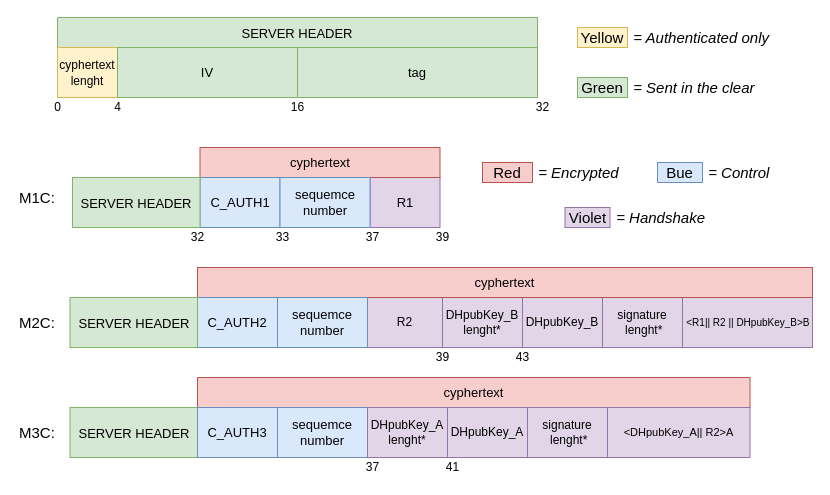
This is page "Pagina-4" (4 of 4) of schema/MsgScheme.drawio from gerti98/secureCom, a draw.io file, before an edit. Source tidied: cells renumbered, new cells numbered last; positions are measured from the earlier drawing's top-left corner, leaving out a move shared by most shapes. Both pictures are drawn from the tidied source at 100%, with x=0, y=0 at pixel (17, 17).
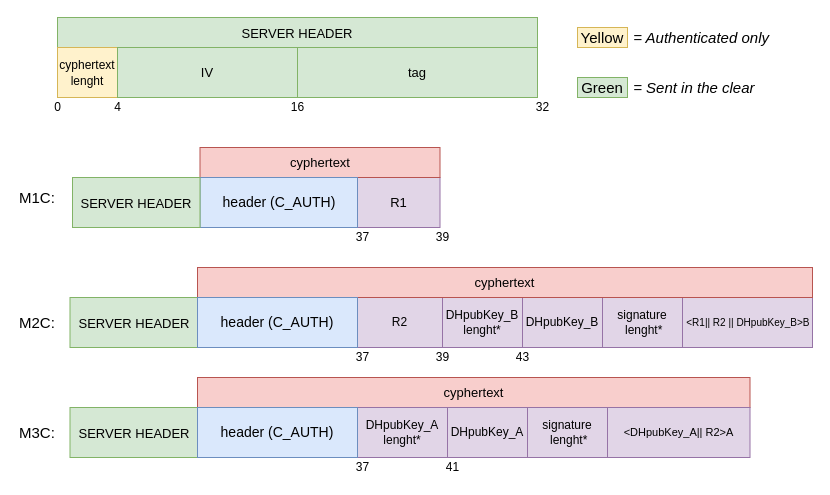
The same page after the edit.

The edit, as a diff of the source:
```diff
@@
     <mxCell id="3" value="R1" style="rounded=0;whiteSpace=wrap;html=1;fontSize=13;align=center;fillColor=#e1d5e7;strokeColor=#9673a6;" parent="1" vertex="1">
-      <mxGeometry x="352.5" y="160" width="70" height="50" as="geometry" />
+      <mxGeometry x="340" y="160" width="82.5" height="50" as="geometry" />
     </mxCell>
@@
     <mxCell id="8" value="R2" style="rounded=0;whiteSpace=wrap;html=1;fontSize=12;align=center;fillColor=#e1d5e7;strokeColor=#9673a6;" parent="1" vertex="1">
-      <mxGeometry x="350" y="280" width="75" height="50" as="geometry" />
+      <mxGeometry x="340" y="280" width="85" height="50" as="geometry" />
     </mxCell>
@@
-    <mxCell id="11" value="&lt;font style=&quot;font-size: 13px;&quot;&gt;C_AUTH1&lt;/font&gt;" style="rounded=0;whiteSpace=wrap;html=1;fillColor=#dae8fc;strokeColor=#6c8ebf;fontSize=13;" parent="1" vertex="1">
-      <mxGeometry x="182.5" y="160" width="80" height="50" as="geometry" />
+    <mxCell id="11" value="&lt;font style=&quot;font-size: 14px&quot;&gt;header (C_AUTH)&lt;/font&gt;" style="rounded=0;whiteSpace=wrap;html=1;fillColor=#dae8fc;strokeColor=#6c8ebf;fontSize=13;" parent="1" vertex="1">
+      <mxGeometry x="182.5" y="160" width="157.5" height="50" as="geometry" />
     </mxCell>
-    <mxCell id="12" value="sequemce number" style="rounded=0;whiteSpace=wrap;html=1;fillColor=#dae8fc;strokeColor=#6c8ebf;fontSize=13;" parent="1" vertex="1">
-      <mxGeometry x="262.5" y="160" width="90" height="50" as="geometry" />
-    </mxCell>
@@
-    <mxCell id="14" value="&lt;font style=&quot;font-size: 13px&quot;&gt;C_AUTH2&lt;/font&gt;" style="rounded=0;whiteSpace=wrap;html=1;fillColor=#dae8fc;strokeColor=#6c8ebf;fontSize=13;" parent="1" vertex="1">
-      <mxGeometry x="180" y="280" width="80" height="50" as="geometry" />
-    </mxCell>
-    <mxCell id="15" value="sequemce number" style="rounded=0;whiteSpace=wrap;html=1;fillColor=#dae8fc;strokeColor=#6c8ebf;fontSize=13;" parent="1" vertex="1">
-      <mxGeometry x="260" y="280" width="90" height="50" as="geometry" />
-    </mxCell>
@@
-    <mxCell id="20" value="&lt;font style=&quot;font-size: 13px&quot;&gt;C_AUTH3&lt;/font&gt;" style="rounded=0;whiteSpace=wrap;html=1;fillColor=#dae8fc;strokeColor=#6c8ebf;fontSize=13;" parent="1" vertex="1">
-      <mxGeometry x="180" y="390" width="80" height="50" as="geometry" />
-    </mxCell>
-    <mxCell id="21" value="sequemce number" style="rounded=0;whiteSpace=wrap;html=1;fillColor=#dae8fc;strokeColor=#6c8ebf;fontSize=13;" parent="1" vertex="1">
-      <mxGeometry x="260" y="390" width="90" height="50" as="geometry" />
-    </mxCell>
     <mxCell id="22" value="DHpubKey_A lenght*" style="rounded=0;whiteSpace=wrap;html=1;fontSize=12;align=center;fillColor=#e1d5e7;strokeColor=#9673a6;" parent="1" vertex="1">
-      <mxGeometry x="350" y="390" width="80" height="50" as="geometry" />
+      <mxGeometry x="340" y="390" width="90" height="50" as="geometry" />
     </mxCell>
@@
-    <mxCell id="31" value="Bue" style="text;html=1;strokeColor=#6c8ebf;fillColor=#dae8fc;align=center;verticalAlign=middle;whiteSpace=wrap;rounded=0;fontSize=15;" parent="1" vertex="1">
-      <mxGeometry x="640" y="145" width="45" height="20" as="geometry" />
-    </mxCell>
-    <mxCell id="32" value="&amp;nbsp;= Control" style="text;html=1;strokeColor=none;fillColor=none;align=left;verticalAlign=middle;whiteSpace=wrap;rounded=0;fontSize=15;fontStyle=2;" parent="1" vertex="1">
-      <mxGeometry x="685" y="145" width="110" height="20" as="geometry" />
-    </mxCell>
-    <mxCell id="33" value="Violet" style="text;html=1;strokeColor=#9673a6;fillColor=#e1d5e7;align=center;verticalAlign=middle;whiteSpace=wrap;rounded=0;fontSize=15;" parent="1" vertex="1">
-      <mxGeometry x="547.5" y="190" width="45" height="20" as="geometry" />
-    </mxCell>
-    <mxCell id="34" value="&amp;nbsp;= Encrypted" style="text;html=1;strokeColor=none;fillColor=none;align=left;verticalAlign=middle;whiteSpace=wrap;rounded=0;fontSize=15;fontStyle=2;" parent="1" vertex="1">
-      <mxGeometry x="515" y="145" width="110" height="20" as="geometry" />
-    </mxCell>
-    <mxCell id="35" value="Red" style="text;html=1;strokeColor=#b85450;fillColor=#f8cecc;align=center;verticalAlign=middle;whiteSpace=wrap;rounded=0;fontSize=15;" parent="1" vertex="1">
-      <mxGeometry x="465" y="145" width="50" height="20" as="geometry" />
-    </mxCell>
-    <mxCell id="36" value="&amp;nbsp;= Handshake" style="text;html=1;strokeColor=none;fillColor=none;align=left;verticalAlign=middle;whiteSpace=wrap;rounded=0;fontSize=15;fontStyle=2;" parent="1" vertex="1">
-      <mxGeometry x="592.5" y="190" width="110" height="20" as="geometry" />
-    </mxCell>
@@
-    <mxCell id="45" value="32" style="text;html=1;align=center;verticalAlign=middle;" parent="1" vertex="1">
-      <mxGeometry x="165" y="210" width="30" height="20" as="geometry" />
-    </mxCell>
-    <mxCell id="46" value="33" style="text;html=1;align=center;verticalAlign=middle;" parent="1" vertex="1">
-      <mxGeometry x="250" y="210" width="30" height="20" as="geometry" />
-    </mxCell>
     <mxCell id="47" value="37" style="text;html=1;align=center;verticalAlign=middle;" parent="1" vertex="1">
-      <mxGeometry x="340" y="210" width="30" height="20" as="geometry" />
+      <mxGeometry x="330" y="210" width="30" height="20" as="geometry" />
     </mxCell>
@@
     <mxCell id="51" value="37" style="text;html=1;align=center;verticalAlign=middle;" parent="1" vertex="1">
-      <mxGeometry x="340" y="440" width="30" height="20" as="geometry" />
+      <mxGeometry x="330" y="440" width="30" height="20" as="geometry" />
     </mxCell>
@@
+    <mxCell id="53" value="&lt;font style=&quot;font-size: 14px&quot;&gt;header (C_AUTH)&lt;/font&gt;" style="rounded=0;whiteSpace=wrap;html=1;fillColor=#dae8fc;strokeColor=#6c8ebf;fontSize=13;" parent="1" vertex="1">
+      <mxGeometry x="180" y="280" width="160" height="50" as="geometry" />
+    </mxCell>
+    <mxCell id="54" value="37" style="text;html=1;align=center;verticalAlign=middle;" parent="1" vertex="1">
+      <mxGeometry x="330" y="330" width="30" height="20" as="geometry" />
+    </mxCell>
+    <mxCell id="55" value="&lt;font style=&quot;font-size: 14px&quot;&gt;header (C_AUTH)&lt;/font&gt;" style="rounded=0;whiteSpace=wrap;html=1;fillColor=#dae8fc;strokeColor=#6c8ebf;fontSize=13;" parent="1" vertex="1">
+      <mxGeometry x="180" y="390" width="160" height="50" as="geometry" />
+    </mxCell>
```
